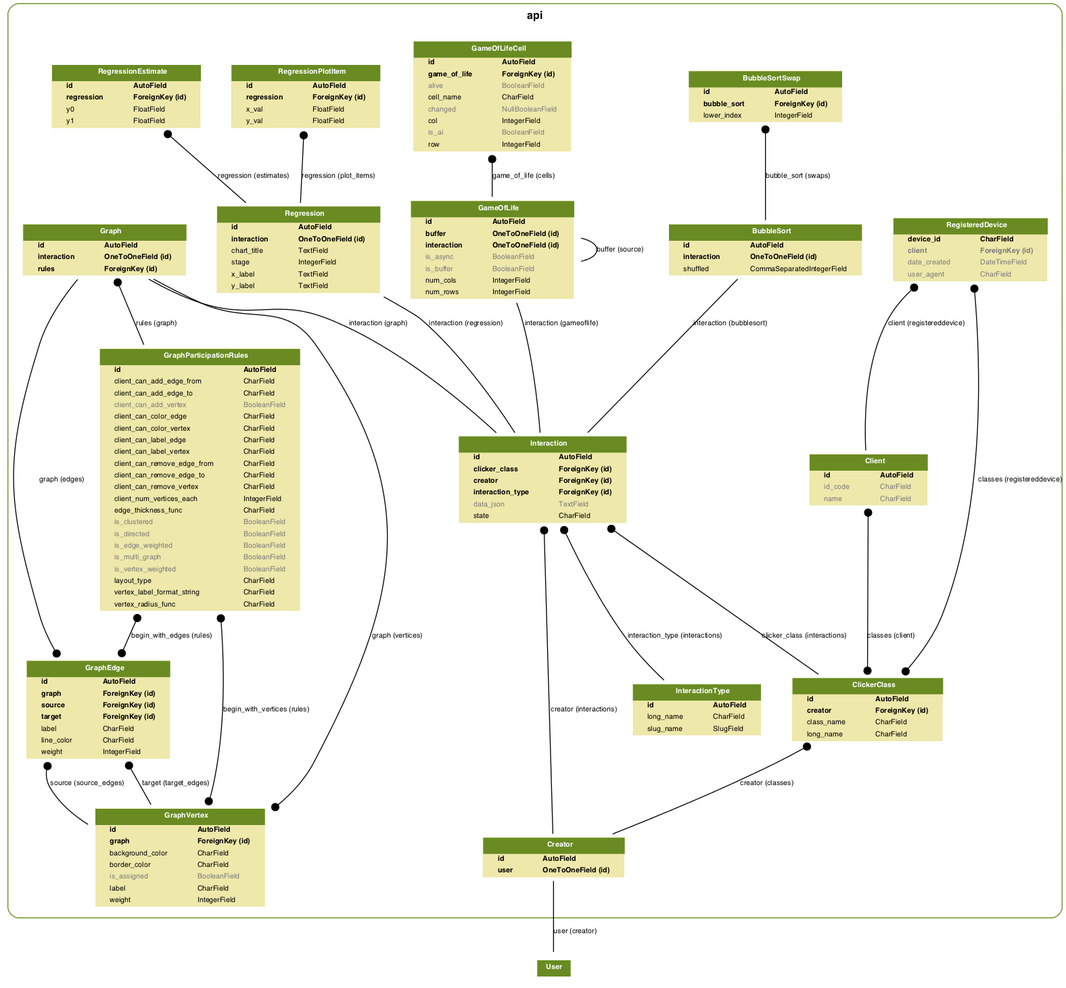
Before: docs/api-models.png, a diagram exported from Graphviz (DerFlatulator/clicker). Its source is kept beside it as docs/api-models.dot.
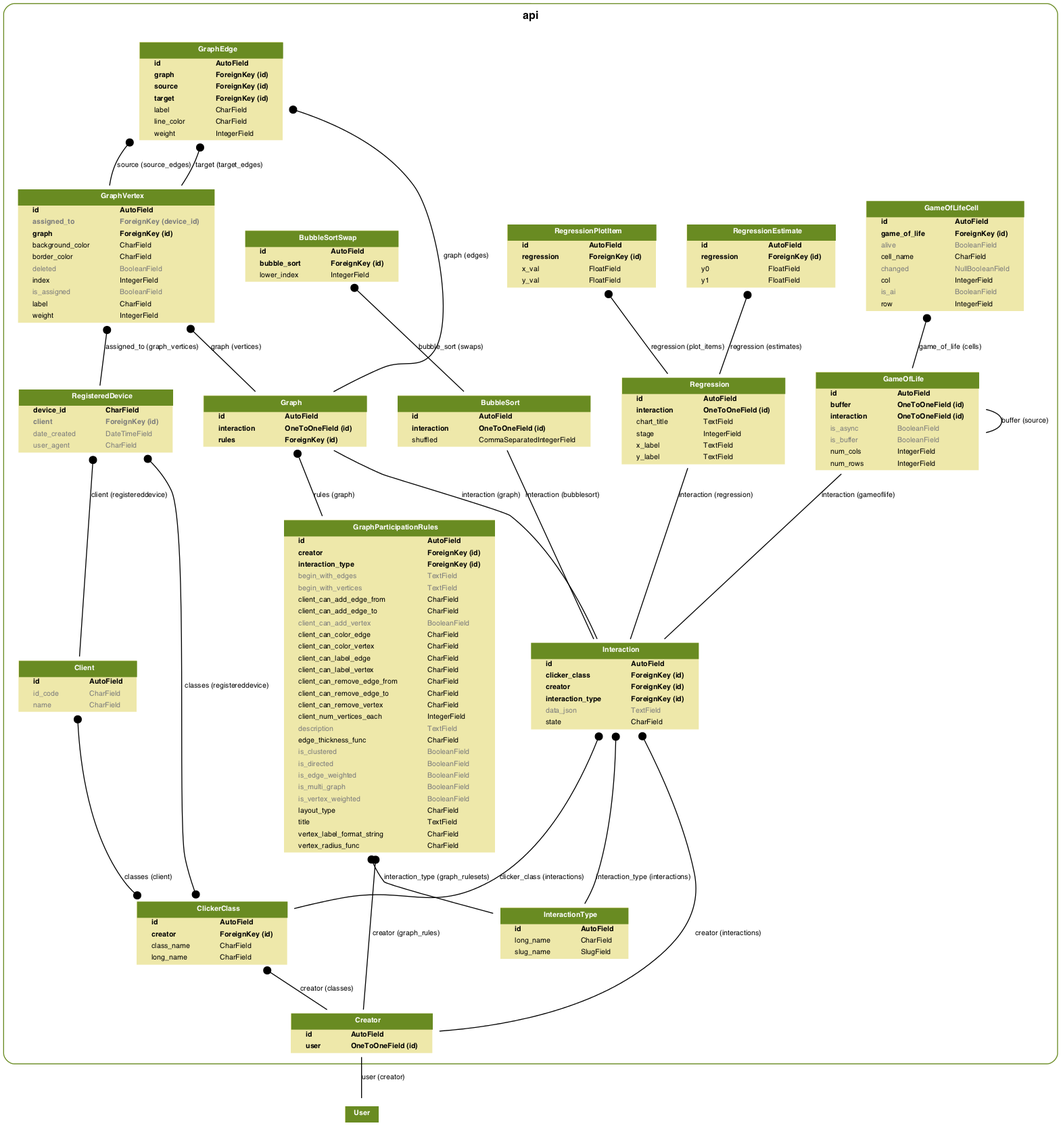
Above is the later version.

Change to the diagram source:
```diff
@@ -531,6 +531,12 @@
     </TD></TR>
 
     <TR><TD ALIGN="LEFT" BORDER="0">
+    <FONT COLOR="#7B7B7B" FACE="Helvetica Bold">assigned_to</FONT>
+    </TD><TD ALIGN="LEFT">
+    <FONT COLOR="#7B7B7B" FACE="Helvetica Bold">ForeignKey (device_id)</FONT>
+    </TD></TR>
+
+    <TR><TD ALIGN="LEFT" BORDER="0">
     <FONT FACE="Helvetica Bold">graph</FONT>
     </TD><TD ALIGN="LEFT">
     <FONT FACE="Helvetica Bold">ForeignKey (id)</FONT>
@@ -549,6 +555,18 @@
     </TD></TR>
 
     <TR><TD ALIGN="LEFT" BORDER="0">
+    <FONT COLOR="#7B7B7B" FACE="Helvetica ">deleted</FONT>
+    </TD><TD ALIGN="LEFT">
+    <FONT COLOR="#7B7B7B" FACE="Helvetica ">BooleanField</FONT>
+    </TD></TR>
+
+    <TR><TD ALIGN="LEFT" BORDER="0">
+    <FONT FACE="Helvetica ">index</FONT>
+    </TD><TD ALIGN="LEFT">
+    <FONT FACE="Helvetica ">IntegerField</FONT>
+    </TD></TR>
+
+    <TR><TD ALIGN="LEFT" BORDER="0">
     <FONT COLOR="#7B7B7B" FACE="Helvetica ">is_assigned</FONT>
     </TD><TD ALIGN="LEFT">
     <FONT COLOR="#7B7B7B" FACE="Helvetica ">BooleanField</FONT>
@@ -635,6 +653,30 @@
     </TD></TR>
 
     <TR><TD ALIGN="LEFT" BORDER="0">
+    <FONT FACE="Helvetica Bold">creator</FONT>
+    </TD><TD ALIGN="LEFT">
+    <FONT FACE="Helvetica Bold">ForeignKey (id)</FONT>
+    </TD></TR>
+
+    <TR><TD ALIGN="LEFT" BORDER="0">
+    <FONT FACE="Helvetica Bold">interaction_type</FONT>
+    </TD><TD ALIGN="LEFT">
+    <FONT FACE="Helvetica Bold">ForeignKey (id)</FONT>
+    </TD></TR>
+
+    <TR><TD ALIGN="LEFT" BORDER="0">
+    <FONT COLOR="#7B7B7B" FACE="Helvetica ">begin_with_edges</FONT>
+    </TD><TD ALIGN="LEFT">
+    <FONT COLOR="#7B7B7B" FACE="Helvetica ">TextField</FONT>
+    </TD></TR>
+
+    <TR><TD ALIGN="LEFT" BORDER="0">
+    <FONT COLOR="#7B7B7B" FACE="Helvetica ">begin_with_vertices</FONT>
+    </TD><TD ALIGN="LEFT">
+    <FONT COLOR="#7B7B7B" FACE="Helvetica ">TextField</FONT>
+    </TD></TR>
+
+    <TR><TD ALIGN="LEFT" BORDER="0">
     <FONT FACE="Helvetica ">client_can_add_edge_from</FONT>
     </TD><TD ALIGN="LEFT">
     <FONT FACE="Helvetica ">CharField</FONT>
@@ -701,6 +743,12 @@
     </TD></TR>
 
     <TR><TD ALIGN="LEFT" BORDER="0">
+    <FONT COLOR="#7B7B7B" FACE="Helvetica ">description</FONT>
+    </TD><TD ALIGN="LEFT">
+    <FONT COLOR="#7B7B7B" FACE="Helvetica ">TextField</FONT>
+    </TD></TR>
+
+    <TR><TD ALIGN="LEFT" BORDER="0">
     <FONT FACE="Helvetica ">edge_thickness_func</FONT>
     </TD><TD ALIGN="LEFT">
     <FONT FACE="Helvetica ">CharField</FONT>
@@ -740,6 +788,12 @@
     <FONT FACE="Helvetica ">layout_type</FONT>
     </TD><TD ALIGN="LEFT">
     <FONT FACE="Helvetica ">CharField</FONT>
+    </TD></TR>
+
+    <TR><TD ALIGN="LEFT" BORDER="0">
+    <FONT FACE="Helvetica ">title</FONT>
+    </TD><TD ALIGN="LEFT">
+    <FONT FACE="Helvetica ">TextField</FONT>
     </TD></TR>
 
     <TR><TD ALIGN="LEFT" BORDER="0">
@@ -824,6 +878,9 @@
   api_models_graph_GraphVertex -> api_models_graph_Graph
   [label="graph (vertices)"] [arrowhead=none, arrowtail=dot, dir=both];
 
+  api_models_graph_GraphVertex -> api_models_main_RegisteredDevice
+  [label="assigned_to (graph_vertices)"] [arrowhead=none, arrowtail=dot, dir=both];
+
   api_models_graph_GraphEdge -> api_models_graph_Graph
   [label="graph (edges)"] [arrowhead=none, arrowtail=dot, dir=both];
 
@@ -833,10 +890,10 @@
   api_models_graph_GraphEdge -> api_models_graph_GraphVertex
   [label="target (target_edges)"] [arrowhead=none, arrowtail=dot, dir=both];
 
-  api_models_graph_GraphParticipationRules -> api_models_graph_GraphVertex
-  [label="begin_with_vertices (rules)"] [arrowhead=dot arrowtail=dot, dir=both];
-
-  api_models_graph_GraphParticipationRules -> api_models_graph_GraphEdge
-  [label="begin_with_edges (rules)"] [arrowhead=dot arrowtail=dot, dir=both];
+  api_models_graph_GraphParticipationRules -> api_models_main_InteractionType
+  [label="interaction_type (graph_rulesets)"] [arrowhead=none, arrowtail=dot, dir=both];
+
+  api_models_graph_GraphParticipationRules -> api_models_main_Creator
+  [label="creator (graph_rules)"] [arrowhead=none, arrowtail=dot, dir=both];
 
 }
```
